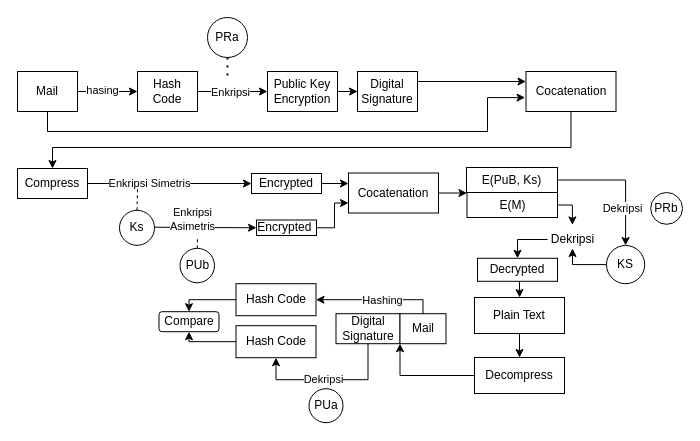
This is Autentikasi PGP.drawio from Dzishaw/Tugas_Keamanan_Aplikasi, a draw.io file, before an edit. Source tidied: cells renumbered, new cells numbered last; positions are measured from the earlier drawing's top-left corner, leaving out a move shared by most shapes. Both pictures are drawn from the tidied source at 100%, with x=0, y=0 at pixel (17, 17).
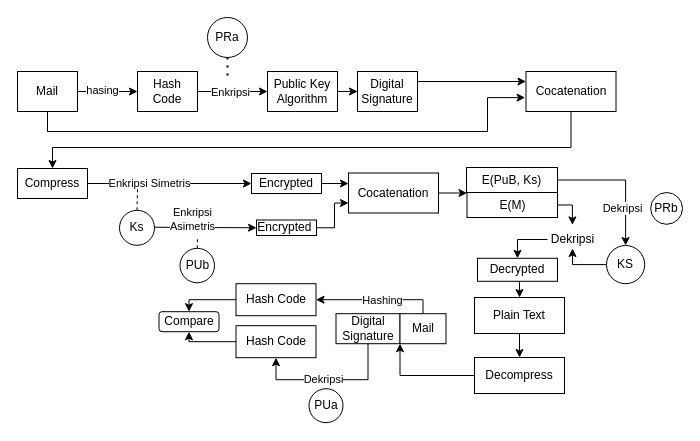
After the change.

Diff of the diagram source:
```diff
@@
-    <mxCell id="7" value="Public Key &lt;br&gt;Encryption" style="rounded=0;whiteSpace=wrap;html=1;" parent="1" vertex="1">
+    <mxCell id="7" value="Public Key &lt;br&gt;Algorithm" style="rounded=0;whiteSpace=wrap;html=1;" parent="1" vertex="1">
       <mxGeometry x="250" y="54" width="70" height="40" as="geometry" />
     </mxCell>
```
